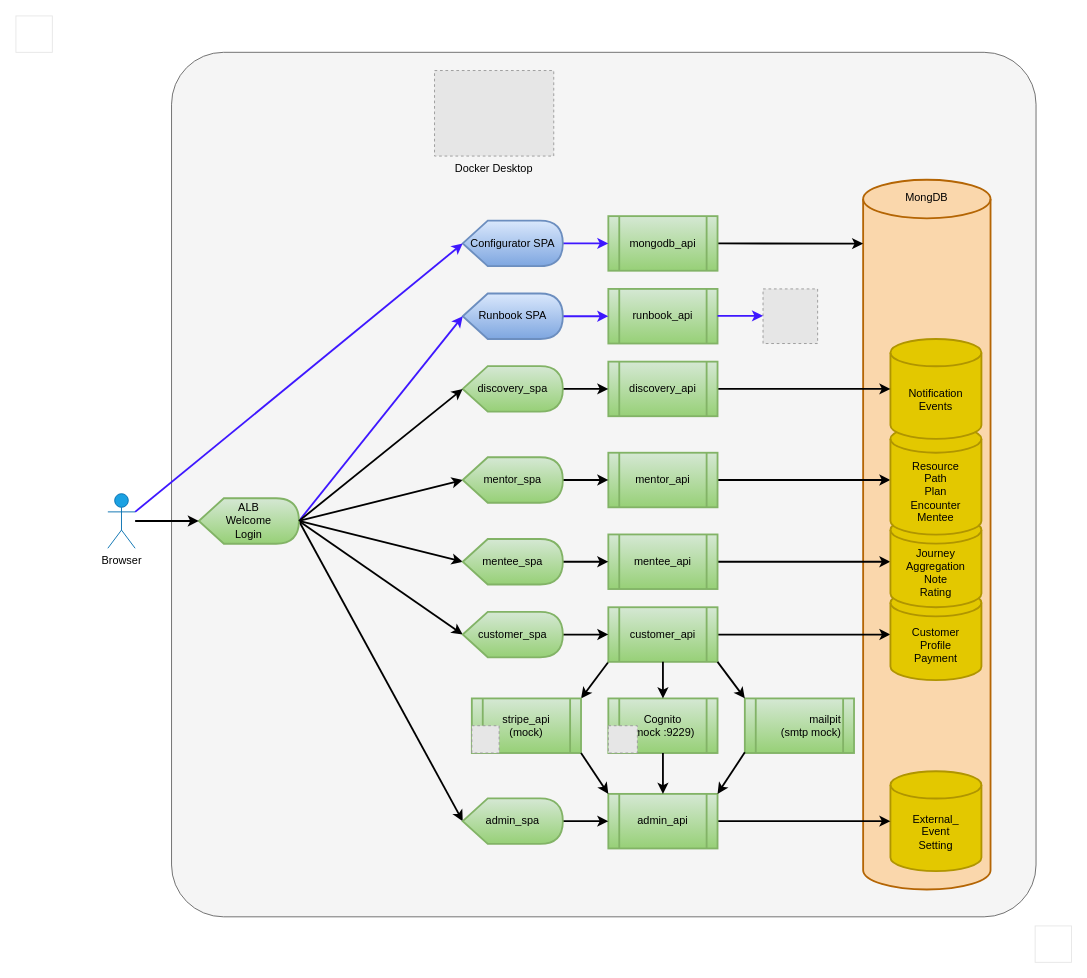
mentor-forge/mentorhub keeps this draw.io diagram as Specifications/ArchitectureDiagram.local.drawio. Above is the earlier version. Source tidied: cells renumbered, new cells numbered last; positions are measured from the earlier drawing's top-left corner, leaving out a move shared by most shapes. Both pictures are drawn from the tidied source at 91%, with x=0, y=0 at pixel (15, 15). Pictures stored in the file or linked from it are replaced by grey dashed boxes.
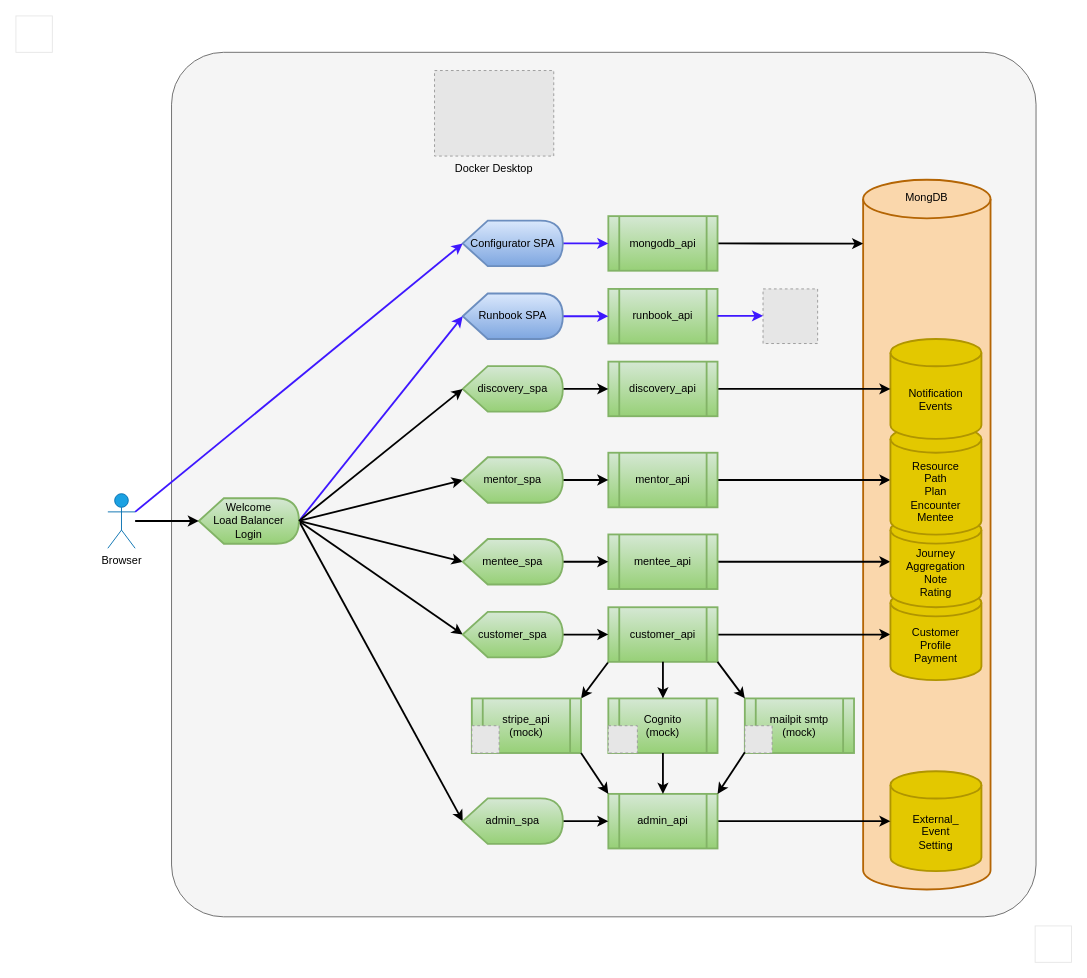
The same page after the edit.

Commit message (it also covers changes not shown here):
architecture diagram updates

Unchanged cells that the change refers to:
```xml
<mxCell id="45" style="group;" parent="1" vertex="1">
  <mxGeometry x="651" y="750" width="120" height="60" as="geometry" />
</mxCell>
```

The edit, as a diff of the source:
```diff
@@
-    <mxCell id="40" value="ALB&lt;br&gt;Welcome&lt;br&gt;Login" style="shape=display;whiteSpace=wrap;html=1;strokeColor=#82b366;strokeWidth=2;fillColor=#d5e8d4;gradientColor=#97d077;fontColor=#000000;" parent="1" vertex="1">
+    <mxCell id="40" value="Welcome&lt;br&gt;Load Balancer&lt;br&gt;Login" style="shape=display;whiteSpace=wrap;html=1;strokeColor=#82b366;strokeWidth=2;fillColor=#d5e8d4;gradientColor=#97d077;fontColor=#000000;" parent="1" vertex="1">
       <mxGeometry x="201" y="530" width="110" height="50" as="geometry" />
     </mxCell>
@@
     <mxCell id="42" style="group;" parent="1" vertex="1">
-      <mxGeometry x="501" y="750" width="120" height="60" as="geometry" />
+      <mxGeometry x="501" y="750" width="120" height="76" as="geometry" />
     </mxCell>
@@
-    <mxCell id="46" value="Cognito&lt;br&gt;(mock :9229)" style="shape=process;whiteSpace=wrap;html=1;backgroundOutline=1;strokeColor=#82b366;strokeWidth=2;fillColor=#d5e8d4;gradientColor=#97d077;fontColor=#000000;" parent="45" vertex="1">
+    <mxCell id="46" value="Cognito&lt;br&gt;(mock)" style="shape=process;whiteSpace=wrap;html=1;backgroundOutline=1;strokeColor=#82b366;strokeWidth=2;fillColor=#d5e8d4;gradientColor=#97d077;fontColor=#000000;" parent="45" vertex="1">
       <mxGeometry width="120" height="60" as="geometry" />
     </mxCell>
@@
-    <mxCell id="48" style="group;" parent="1" vertex="1">
+    <mxCell id="48" style="group;align=center;" parent="1" vertex="1">
       <mxGeometry x="801" y="750" width="120" height="70" as="geometry" />
     </mxCell>
-    <mxCell id="49" value="mailpit&lt;br&gt;(smtp mock)" style="shape=process;whiteSpace=wrap;html=1;backgroundOutline=1;strokeColor=#82b366;strokeWidth=2;fillColor=#d5e8d4;gradientColor=#97d077;fontColor=#000000;align=right;" parent="48" vertex="1">
+    <mxCell id="49" value="mailpit smtp&lt;br&gt;(mock)" style="shape=process;whiteSpace=wrap;html=1;backgroundOutline=1;strokeColor=#82b366;strokeWidth=2;fillColor=#d5e8d4;gradientColor=#97d077;fontColor=#000000;align=center;" parent="48" vertex="1">
       <mxGeometry width="120" height="60" as="geometry" />
     </mxCell>
+    <mxCell id="66" style="fillColor=#E6E6E6;strokeColor=#999999;dashed=1;verticalLabelPosition=bottom;labelBackgroundColor=default;verticalAlign=top;" parent="48" vertex="1">
+      <mxGeometry y="30" width="30" height="30" as="geometry" />
+    </mxCell>
```
